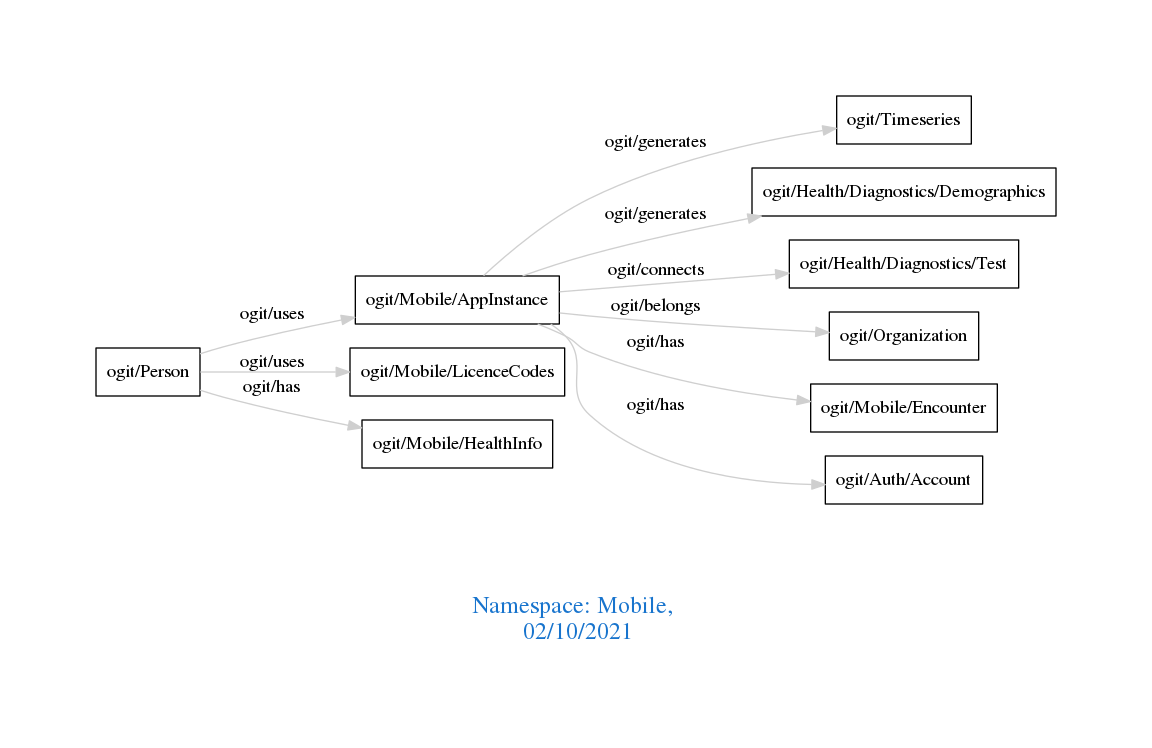
Above: downloads/Mobile.png in arago/OGIT (Graphviz), before the change. Its source is kept beside it as downloads/Mobile.dot.
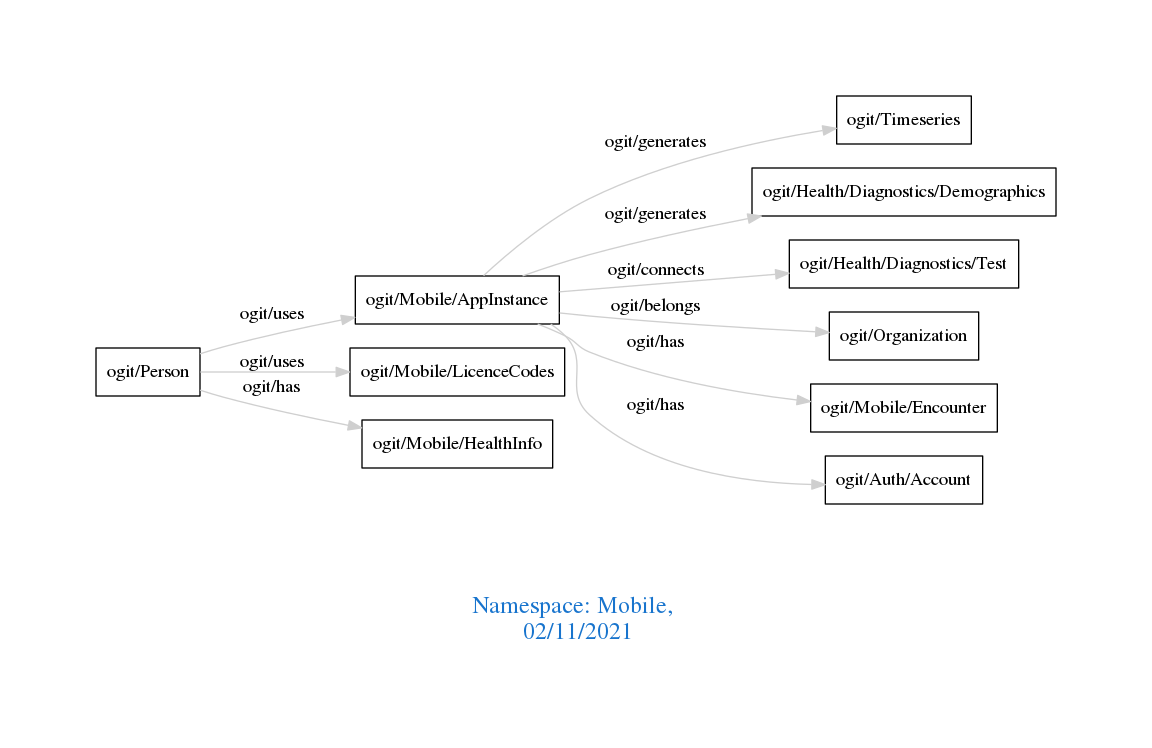
Above is the later version.

What changed in the source:
```diff
@@ -1,7 +1,7 @@
 digraph OGIT_ontology {
  graph [ rankdir= LR,pad=1
 fontsize = 18,
-fontcolor= dodgerblue3,label = "\n\n\nNamespace: Mobile, \n 02/10/2021"];
+fontcolor= dodgerblue3,label = "\n\n\nNamespace: Mobile, \n 02/11/2021"];
 node[shape=polygon];
 edge [  color="gray81"];
 
```
